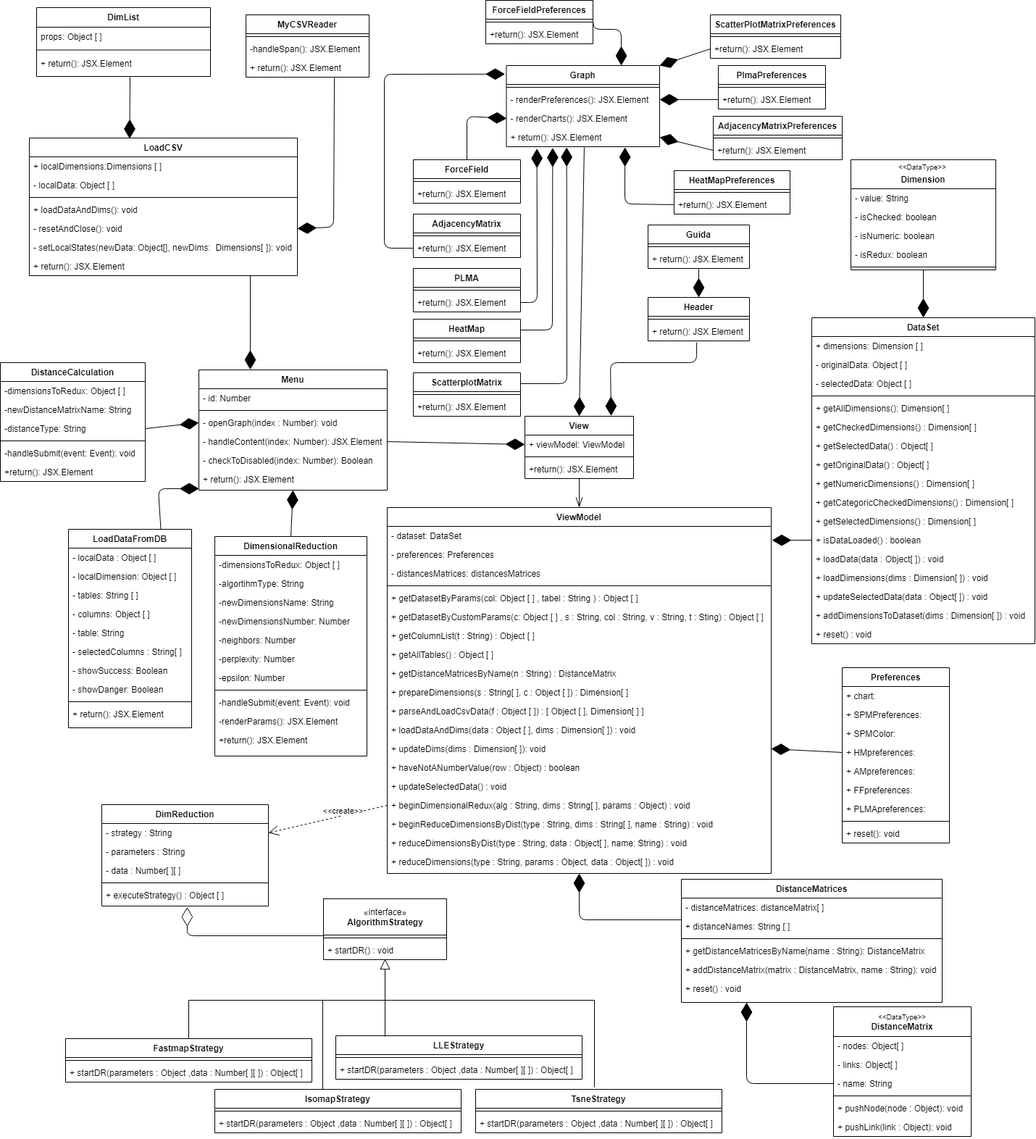
Above: DocEsterna/AllegatoTecnico/Images/Allegato Tecnico-Class.png in CodeBusterswe/CodeBusters-Docs (draw.io), before the change. Source tidied: cells renumbered, new cells last; positions are measured from the earlier drawing's top-left corner, leaving out a move shared by most shapes.
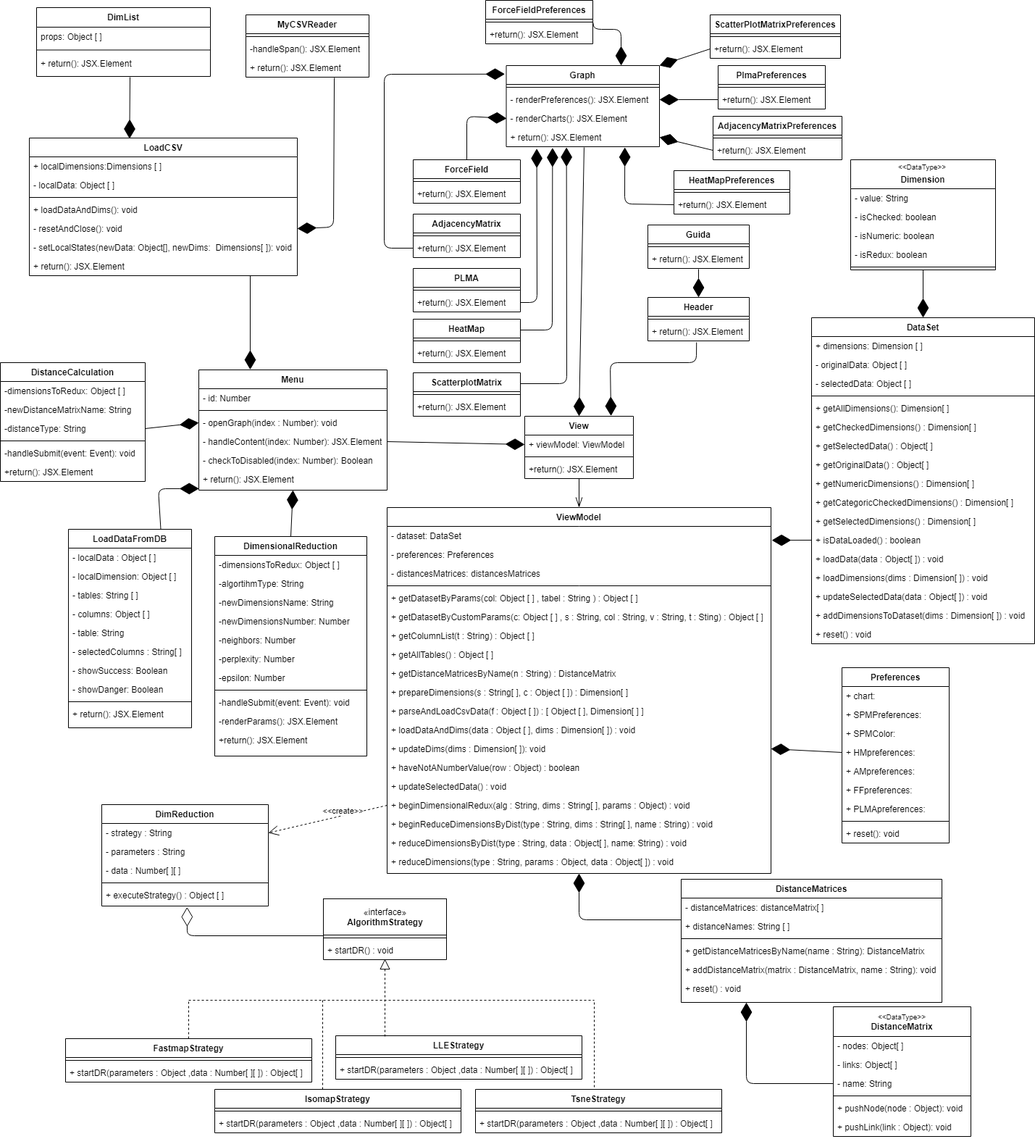
After the change.

Change to the diagram source:
```diff
@@ -724,29 +724,29 @@
     <mxCell id="220" value="+ startDR(parameters : Object ,data : Number[ ][ ]) : Object[ ]" style="text;strokeColor=none;fillColor=none;align=left;verticalAlign=top;spacingLeft=4;spacingRight=4;overflow=hidden;" parent="218" vertex="1">
       <mxGeometry y="34" width="340" height="26" as="geometry" />
     </mxCell>
-    <mxCell id="221" style="endArrow=block;endFill=0;endSize=12;html=1;strokeColor=#000000;entryX=0.5;entryY=0.962;entryDx=0;entryDy=0;entryPerimeter=0;" parent="1" edge="1" target="208">
+    <mxCell id="221" style="endArrow=block;endFill=0;endSize=12;html=1;strokeColor=#000000;entryX=0.5;entryY=0.962;entryDx=0;entryDy=0;entryPerimeter=0;dashed=1;" parent="1" edge="1" target="208">
       <mxGeometry relative="1" as="geometry">
         <mxPoint x="531" y="1430" as="sourcePoint" />
       </mxGeometry>
     </mxCell>
-    <mxCell id="222" style="endArrow=none;endFill=0;endSize=12;html=1;" parent="1" edge="1">
+    <mxCell id="222" style="endArrow=none;endFill=0;endSize=12;html=1;dashed=1;" parent="1" edge="1">
       <mxGeometry relative="1" as="geometry">
         <mxPoint x="260" y="1380" as="sourcePoint" />
         <mxPoint x="820" y="1380" as="targetPoint" />
       </mxGeometry>
     </mxCell>
-    <mxCell id="223" style="endArrow=none;endFill=0;endSize=12;html=1;exitX=0.5;exitY=0;exitDx=0;exitDy=0;" parent="1" edge="1" source="209">
+    <mxCell id="223" style="endArrow=none;endFill=0;endSize=12;html=1;exitX=0.5;exitY=0;exitDx=0;exitDy=0;dashed=1;" parent="1" edge="1" source="209">
       <mxGeometry relative="1" as="geometry">
         <mxPoint x="260" y="1380" as="targetPoint" />
       </mxGeometry>
     </mxCell>
-    <mxCell id="224" style="endArrow=none;endFill=0;endSize=12;html=1;exitX=0.5;exitY=0;exitDx=0;exitDy=0;" parent="1" edge="1">
+    <mxCell id="224" style="endArrow=none;endFill=0;endSize=12;html=1;exitX=0.5;exitY=0;exitDx=0;exitDy=0;dashed=1;" parent="1" edge="1">
       <mxGeometry relative="1" as="geometry">
         <mxPoint x="445" y="1503" as="sourcePoint" />
         <mxPoint x="445" y="1380" as="targetPoint" />
       </mxGeometry>
     </mxCell>
-    <mxCell id="225" style="endArrow=none;endFill=0;endSize=12;html=1;" parent="1" edge="1">
+    <mxCell id="225" style="endArrow=none;endFill=0;endSize=12;html=1;dashed=1;" parent="1" edge="1">
       <mxGeometry relative="1" as="geometry">
         <mxPoint x="820" y="1500" as="sourcePoint" />
         <mxPoint x="820" y="1380" as="targetPoint" />
```
